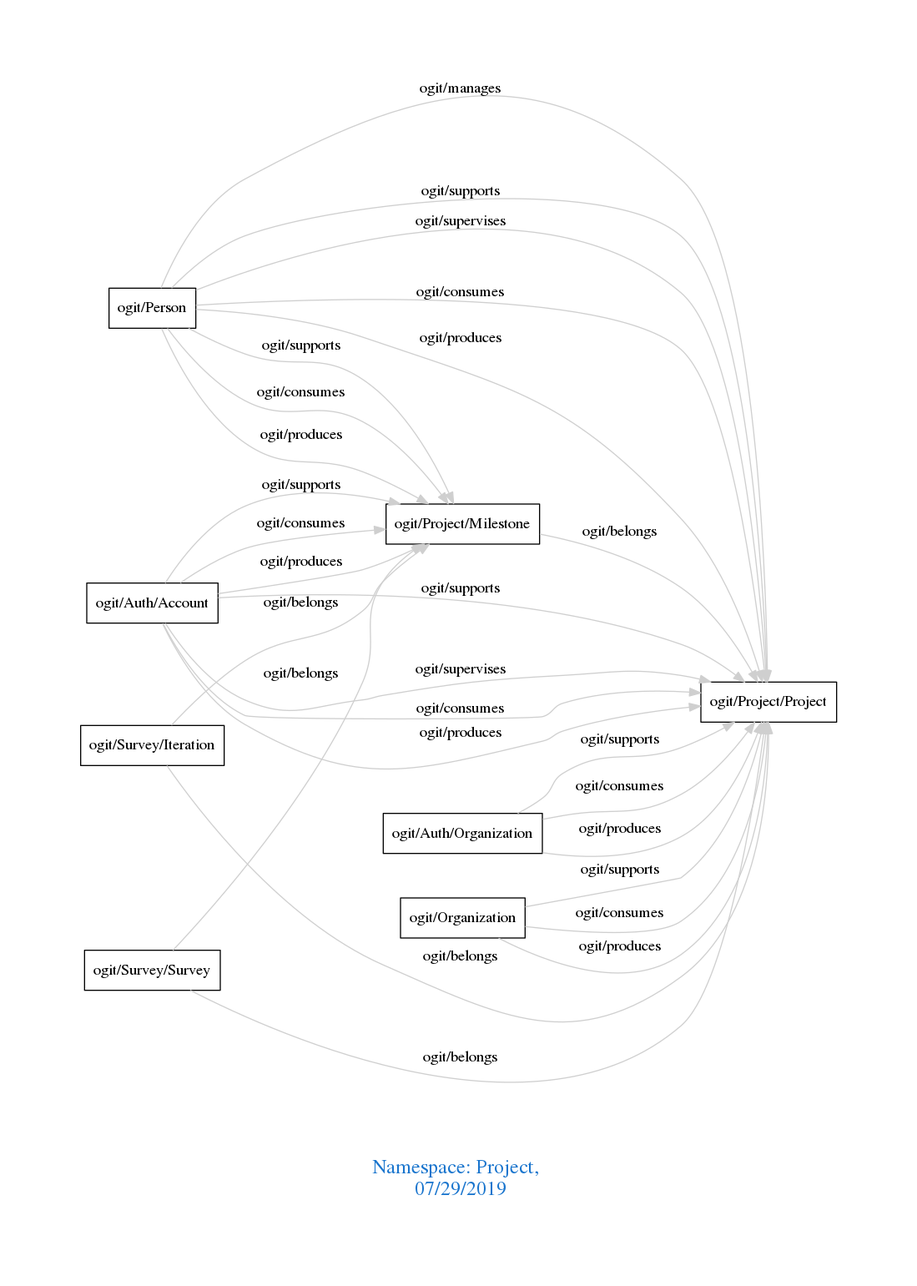
Above: downloads/Project.png in arago/OGIT (Graphviz), before the change. Its source is kept beside it as downloads/Project.dot.
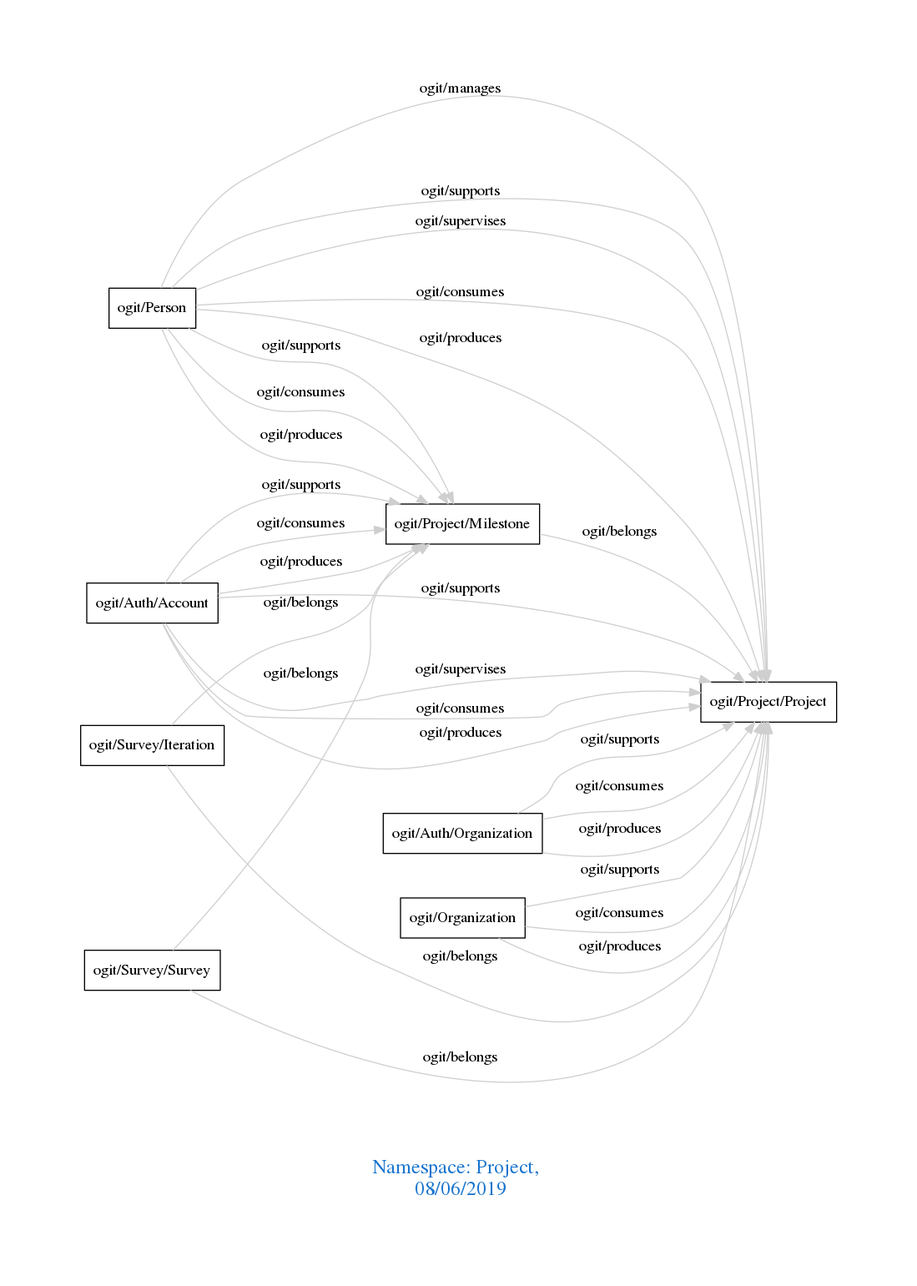
The same file after the commit.

Change to the diagram source:
```diff
@@ -1,7 +1,7 @@
 digraph OGIT_ontology {
  graph [ rankdir= LR,pad=1
 fontsize = 18,
-fontcolor= dodgerblue3,label = "\n\n\nNamespace: Project, \n 07/29/2019"];
+fontcolor= dodgerblue3,label = "\n\n\nNamespace: Project, \n 08/06/2019"];
 node[shape=polygon];
 edge [  color="gray81"];
 
```
